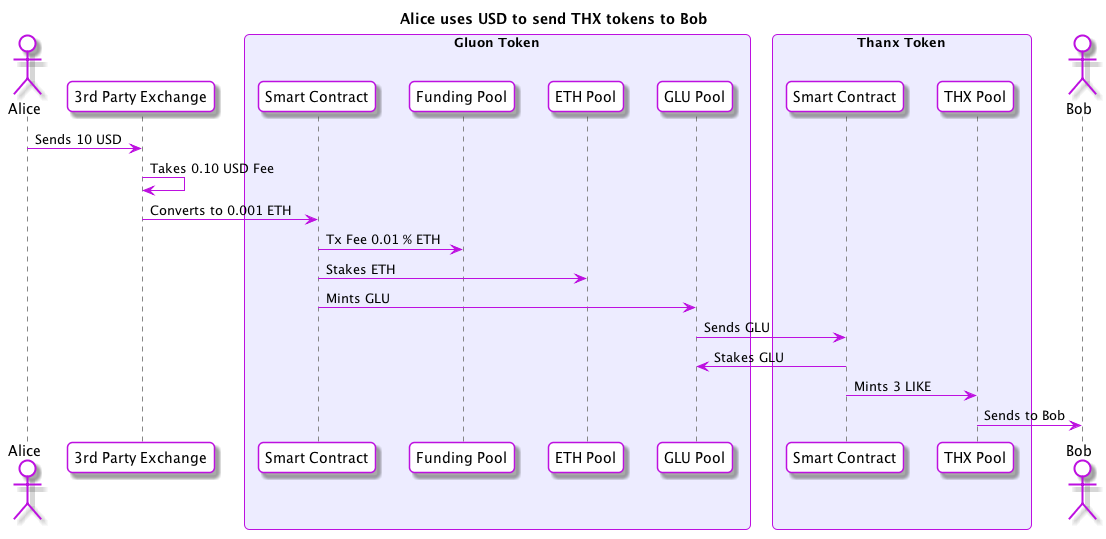
The PlantUML diagram flows/usd-to-thx.png in gluon-project/gluon-specs, before a commit.
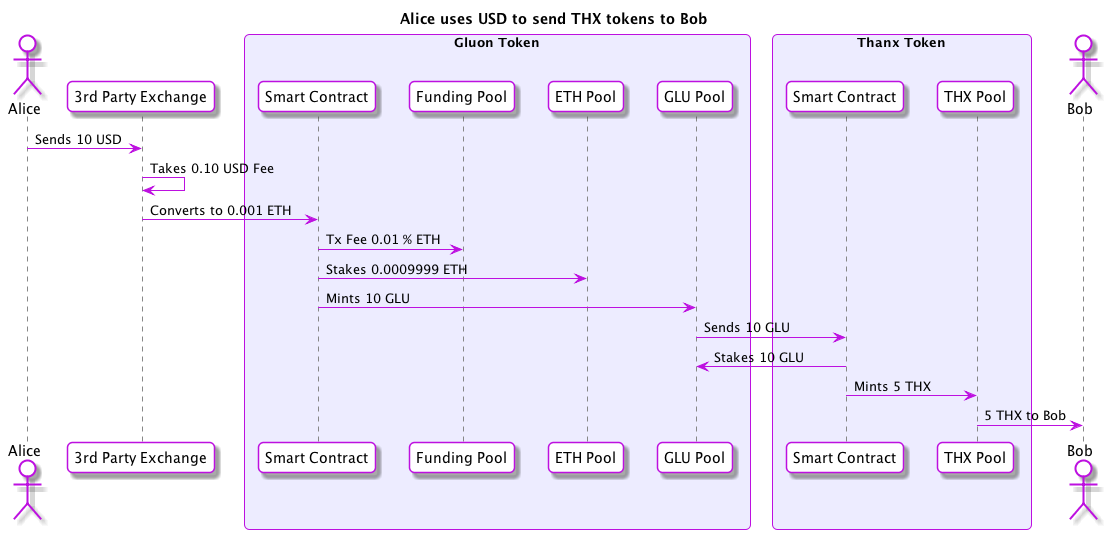
After the change.

The edit, as a diff of the source:
```diff
@@ -45,11 +45,11 @@
 Exchange -> Exchange : Takes 0.10 USD Fee
 Exchange -> GluonSC : Converts to 0.001 ETH
 GluonSC -> FundingPool : Tx Fee 0.01 % ETH
-GluonSC -> ETHPool : Stakes ETH
-GluonSC -> GLUPool : Mints GLU
-GLUPool -> ThanxSC : Sends GLU
-ThanxSC -> GLUPool : Stakes GLU
-ThanxSC -> THXPool : Mints 3 LIKE
-THXPool -> Bob : Sends to Bob
+GluonSC -> ETHPool : Stakes 0.0009999 ETH
+GluonSC -> GLUPool : Mints 10 GLU
+GLUPool -> ThanxSC : Sends 10 GLU
+ThanxSC -> GLUPool : Stakes 10 GLU
+ThanxSC -> THXPool : Mints 5 THX
+THXPool -> Bob : 5 THX to Bob
 
 @enduml
```
